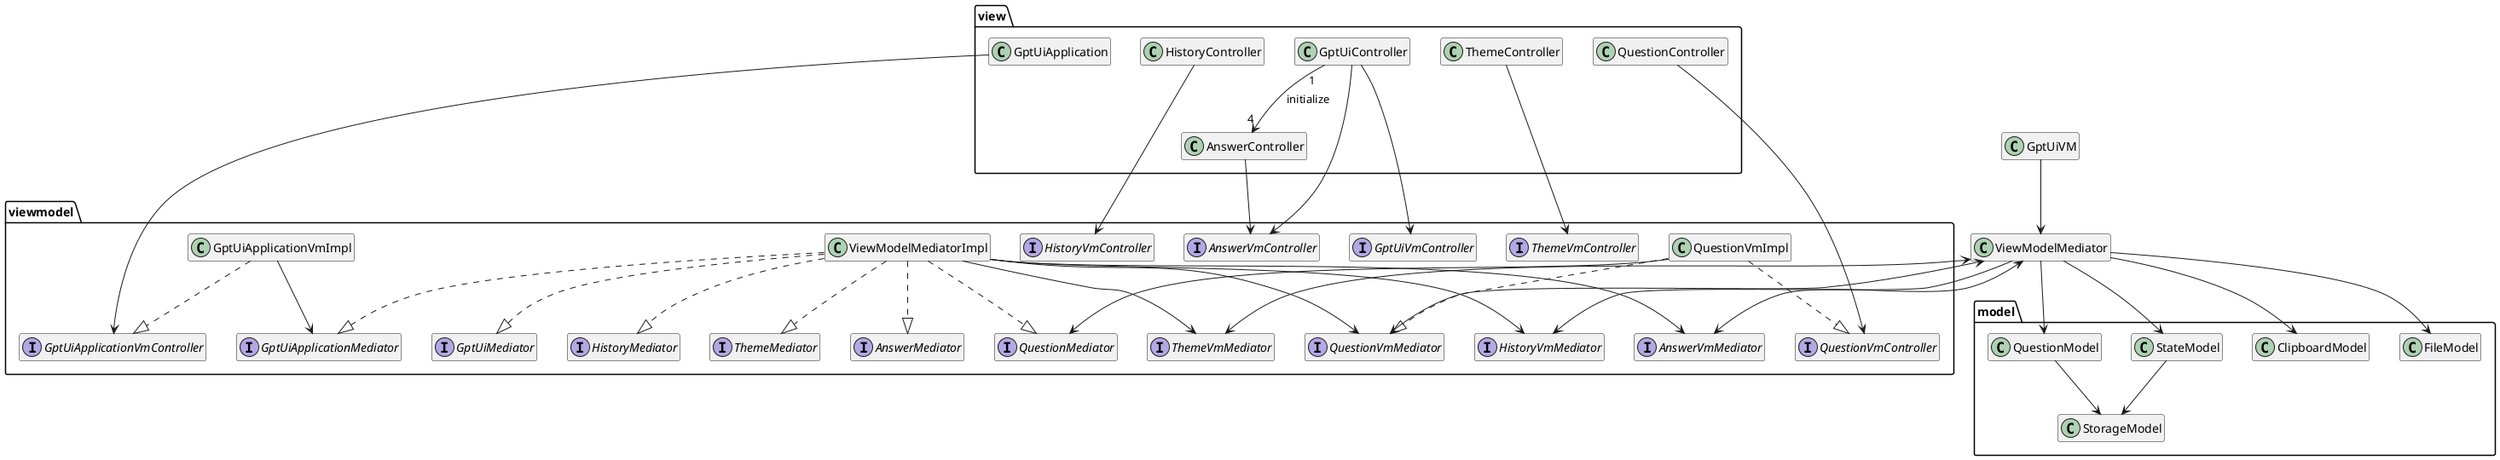
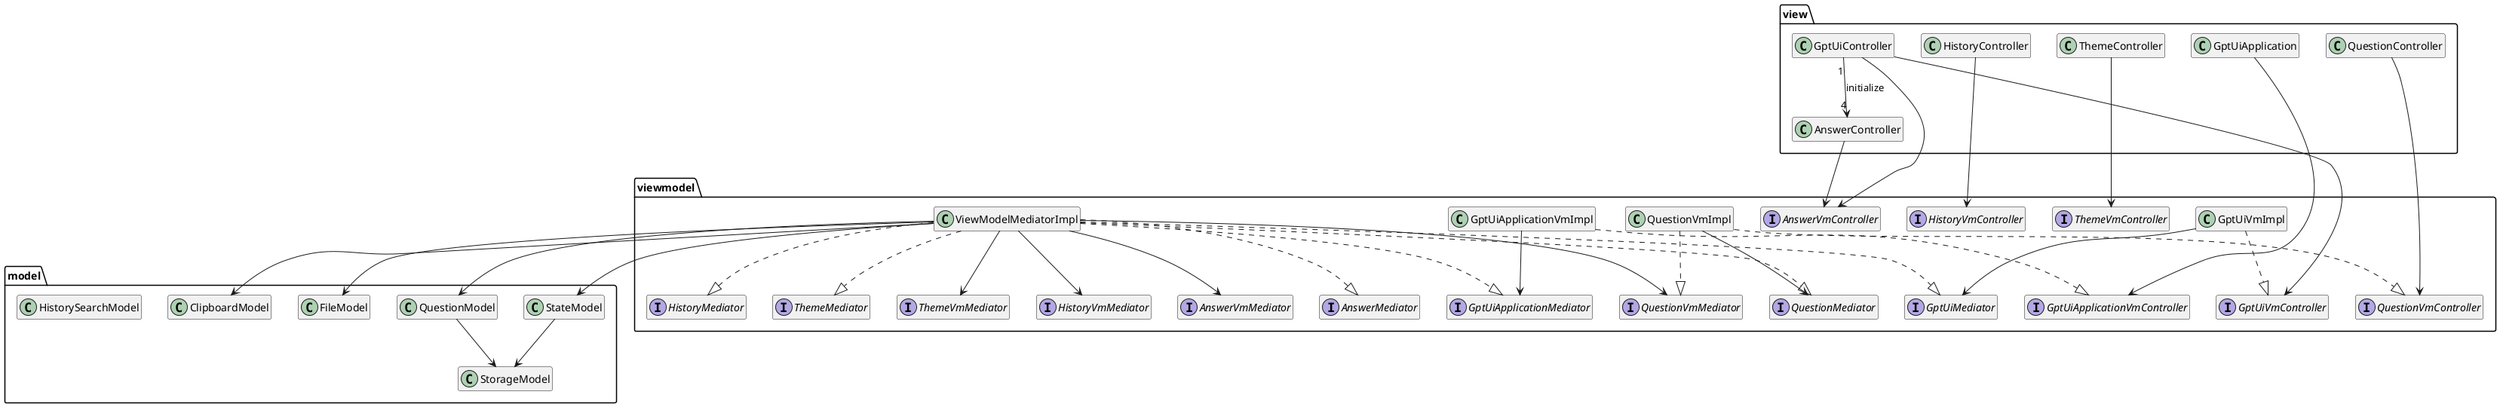
@startuml
hide empty members

package model{
    class StateModel
    class ClipboardModel
    class FileModel
    class QuestionModel
    class StorageModel
+     class HistorySearchModel
}
package viewmodel {
    interface QuestionVmController
    interface QuestionVmMediator
    class QuestionVmImpl

    interface ThemeVmController
    interface ThemeVmMediator
    interface HistoryVmController
    interface HistoryVmMediator
    interface AnswerVmController
    interface AnswerVmMediator
    interface GptUiVmController
+ 
+     class GptUiVmImpl

    interface GptUiApplicationVmController
    class GptUiApplicationVmImpl

    interface AnswerMediator
    interface GptUiApplicationMediator
    interface GptUiMediator
    interface HistoryMediator
    interface QuestionMediator
    interface ThemeMediator
    class ViewModelMediatorImpl
}

package view {
    class GptUiApplication
    class AnswerController
    class GptUiApplication
    class GptUiController
    class HistoryController
    class QuestionController
    class ThemeController
}

GptUiApplication --> GptUiApplicationVmController

GptUiApplicationVmImpl ..|> GptUiApplicationVmController
GptUiApplicationVmImpl --> GptUiApplicationMediator

ViewModelMediatorImpl ..|> AnswerMediator
ViewModelMediatorImpl ..|> GptUiApplicationMediator
ViewModelMediatorImpl ..|> GptUiMediator
ViewModelMediatorImpl ..|> HistoryMediator
ViewModelMediatorImpl ..|> QuestionMediator
ViewModelMediatorImpl ..|> ThemeMediator

ViewModelMediatorImpl --> AnswerVmMediator
ViewModelMediatorImpl --> HistoryVmMediator
ViewModelMediatorImpl --> QuestionVmMediator
ViewModelMediatorImpl --> ThemeVmMediator

QuestionVmImpl ..|> QuestionVmController
QuestionVmImpl ..|> QuestionVmMediator
QuestionVmImpl --> QuestionMediator

+ GptUiVmImpl ..|> GptUiVmController
+ GptUiVmImpl --> GptUiMediator
+ 
ThemeController ---> ThemeVmController
QuestionController ---> QuestionVmController
HistoryController ---> HistoryVmController
AnswerController --> AnswerVmController

GptUiController "1" --> "4" AnswerController: initialize
GptUiController --> AnswerVmController
GptUiController --> GptUiVmController

- ViewModelMediator <--> ThemeVmMediator
- ViewModelMediator <--> QuestionVmMediator
- ViewModelMediator --> HistoryVmMediator
- ViewModelMediator <--> AnswerVmMediator
- 
- GptUiVM --> ViewModelMediator
- 
StateModel --> StorageModel
QuestionModel --> StorageModel

- ViewModelMediator --> StateModel
- ViewModelMediator --> QuestionModel
- ViewModelMediator --> ClipboardModel
- ViewModelMediator --> FileModel
+ ViewModelMediatorImpl --> StateModel
+ ViewModelMediatorImpl --> QuestionModel
+ ViewModelMediatorImpl --> ClipboardModel
+ ViewModelMediatorImpl --> FileModel

@enduml